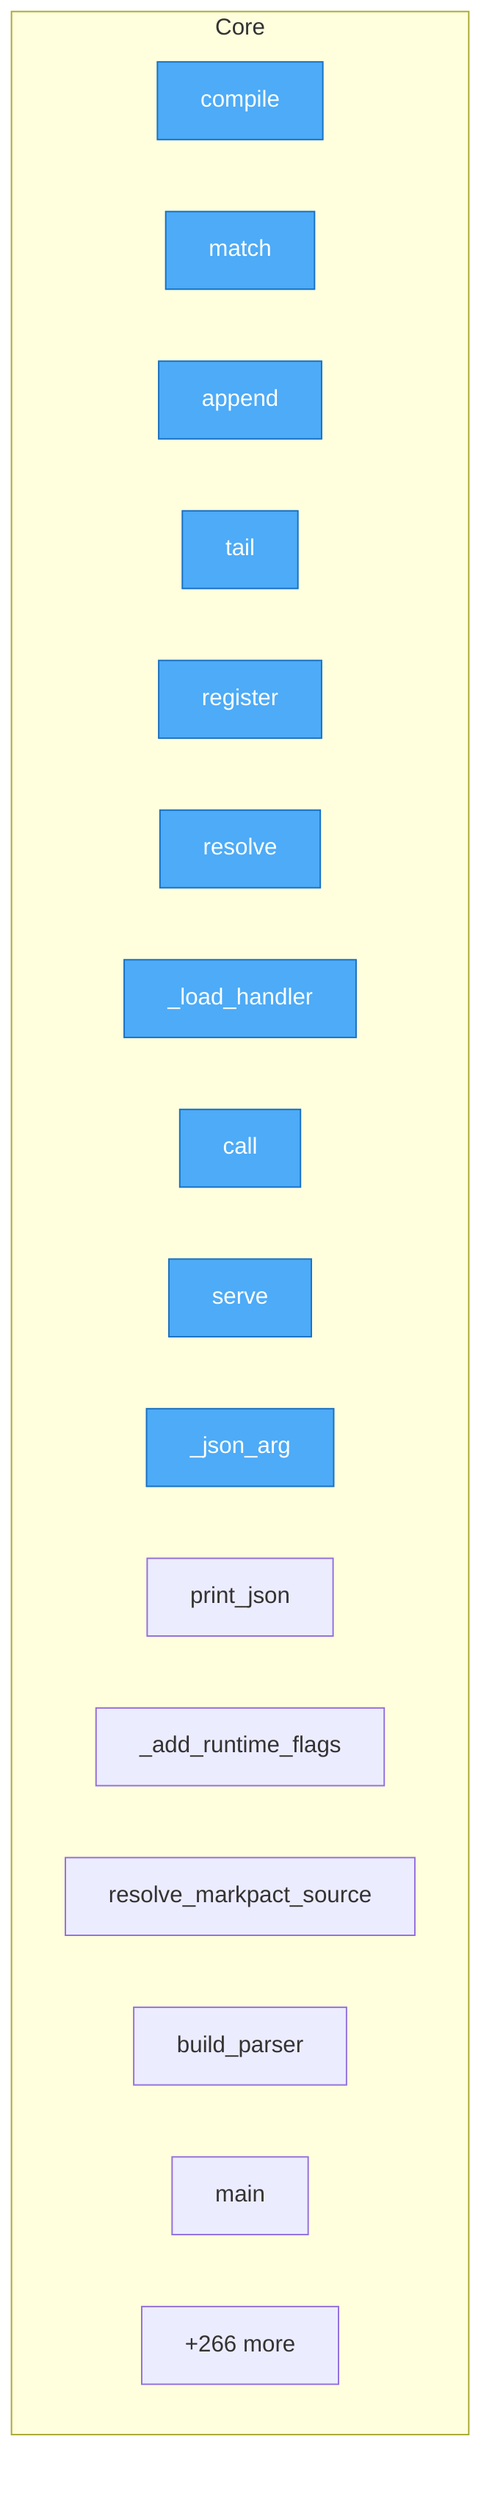
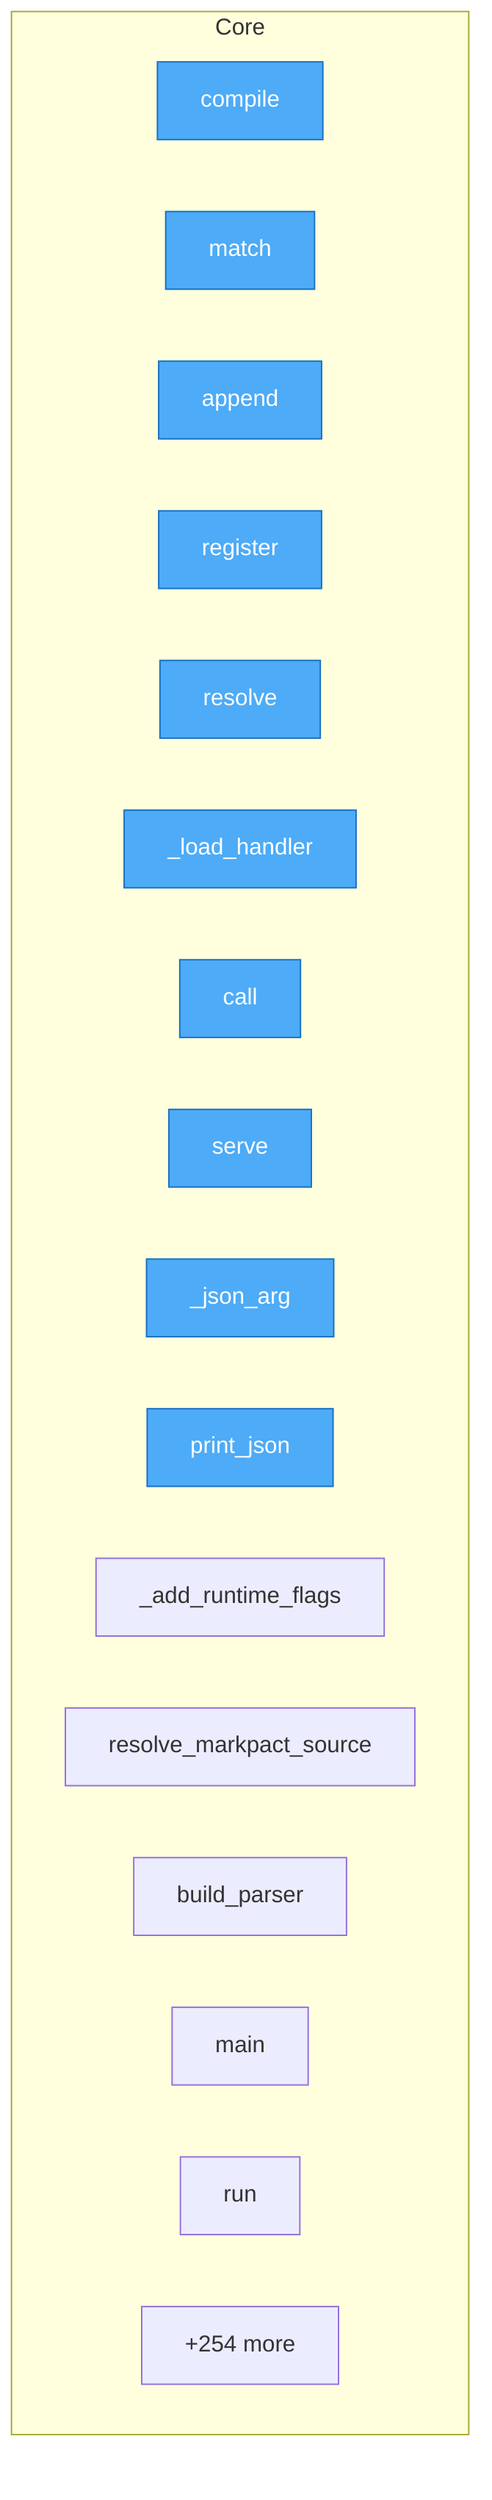
flowchart TD
- %% generated in 0.02s
+ %% generated in 0.01s

    %% Entry points (blue)
    classDef entry fill:#4dabf7,stroke:#1971c2,color:#fff

    subgraph Core
        packages__python__urisysedge__runtime__Route__compile["compile"]
        packages__python__urisysedge__runtime__Route__match["match"]
        packages__python__urisysedge__runtime__JsonlEventStore__append["append"]
-         packages__python__urisysedge__runtime__JsonlEventStore__tail["tail"]
        packages__python__urisysedge__runtime__Runtime__register["register"]
        packages__python__urisysedge__runtime__Runtime__resolve["resolve"]
        packages__python__urisysedge__runtime__Runtime___load_handler["_load_handler"]
        packages__python__urisysedge__runtime__Runtime__call["call"]
        packages__python__urisysedge__runtime__serve["serve"]
        src__urisys__cli___json_arg["_json_arg"]
        src__urisys__cli__print_json["print_json"]
        src__urisys__cli___add_runtime_flags["_add_runtime_flags"]
        src__urisys__cli__resolve_markpact_source["resolve_markpact_source"]
        src__urisys__cli__build_parser["build_parser"]
        src__urisys__cli__main["main"]
-         ...["+266 more"]
+         src__urisys__controllers__flow_controller__FlowController__run["run"]
+         ...["+254 more"]
    end

-     class packages__python__urisysedge__runtime__Route__compile,packages__python__urisysedge__runtime__Route__match,packages__python__urisysedge__runtime__JsonlEventStore__append,packages__python__urisysedge__runtime__JsonlEventStore__tail,packages__python__urisysedge__runtime__Runtime__register,packages__python__urisysedge__runtime__Runtime__resolve,packages__python__urisysedge__runtime__Runtime___load_handler,packages__python__urisysedge__runtime__Runtime__call,packages__python__urisysedge__runtime__serve,src__urisys__cli___json_arg entry
+     class packages__python__urisysedge__runtime__Route__compile,packages__python__urisysedge__runtime__Route__match,packages__python__urisysedge__runtime__JsonlEventStore__append,packages__python__urisysedge__runtime__Runtime__register,packages__python__urisysedge__runtime__Runtime__resolve,packages__python__urisysedge__runtime__Runtime___load_handler,packages__python__urisysedge__runtime__Runtime__call,packages__python__urisysedge__runtime__serve,src__urisys__cli___json_arg,src__urisys__cli__print_json entry
